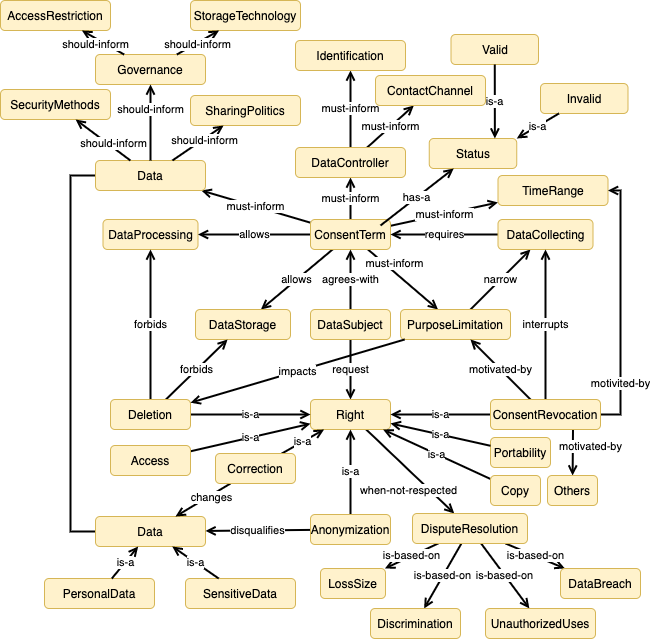
The draw.io diagram img/LGPD_Ontology_Relationships.png in phalves/GoDReP, before a commit. Source tidied: cells renumbered, new cells last; positions are measured from the earlier drawing's top-left corner, leaving out a move shared by most shapes.
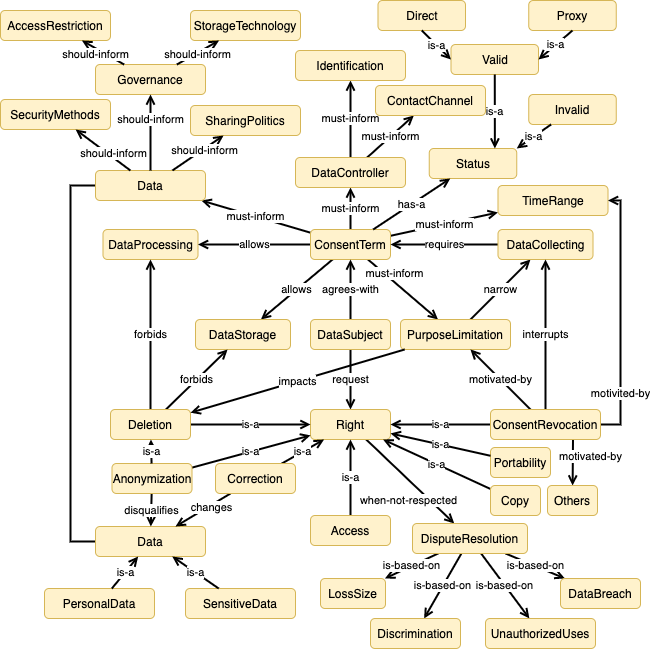
Above is the later version.

What changed in the source:
```diff
@@ -121,7 +121,7 @@
       <mxGeometry relative="1" as="geometry" />
     </mxCell>
     <mxCell id="38" value="Anonymization" style="rounded=1;whiteSpace=wrap;html=1;fillColor=#fff2cc;strokeColor=#d6b656;" parent="1" vertex="1">
-      <mxGeometry x="310" y="514" width="80" height="30" as="geometry" />
+      <mxGeometry x="111.5" y="453" width="80" height="30" as="geometry" />
     </mxCell>
     <mxCell id="39" value="is-a" style="edgeStyle=none;rounded=0;jettySize=auto;html=1;endArrow=open;endFill=0;strokeWidth=2;" parent="1" edge="1" source="41" target="26">
       <mxGeometry relative="1" as="geometry" />
@@ -178,7 +178,7 @@
       <mxGeometry relative="1" as="geometry" />
     </mxCell>
     <mxCell id="57" value="Access" style="rounded=1;whiteSpace=wrap;html=1;fillColor=#fff2cc;strokeColor=#d6b656;" parent="1" vertex="1">
-      <mxGeometry x="110" y="445" width="80" height="30" as="geometry" />
+      <mxGeometry x="310" y="505" width="80" height="30" as="geometry" />
     </mxCell>
     <mxCell id="58" value="is-a" style="edgeStyle=none;rounded=0;jettySize=auto;html=1;endArrow=open;endFill=0;strokeWidth=2;" parent="1" edge="1" source="59" target="26">
       <mxGeometry relative="1" as="geometry" />
@@ -243,14 +243,14 @@
     <mxCell id="78" value="Status" style="rounded=1;whiteSpace=wrap;html=1;fillColor=#fff2cc;strokeColor=#d6b656;" parent="1" vertex="1">
       <mxGeometry x="428.8" y="138" width="87.5" height="30" as="geometry" />
     </mxCell>
-    <mxCell id="79" value="has-a" style="edgeStyle=none;rounded=0;jettySize=auto;html=1;endArrow=open;endFill=0;strokeWidth=2;exitX=0.875;exitY=0.2;exitDx=0;exitDy=0;exitPerimeter=0;" parent="1" edge="1" source="9" target="78">
+    <mxCell id="79" value="has-a" style="edgeStyle=none;rounded=0;jettySize=auto;html=1;endArrow=open;endFill=0;strokeWidth=2;" parent="1" edge="1" source="9" target="78">
       <mxGeometry relative="1" as="geometry" />
     </mxCell>
     <mxCell id="80" value="Valid" style="rounded=1;whiteSpace=wrap;html=1;fillColor=#fff2cc;strokeColor=#d6b656;" parent="1" vertex="1">
       <mxGeometry x="450.5" y="34" width="87.5" height="30" as="geometry" />
     </mxCell>
     <mxCell id="81" value="Invalid" style="rounded=1;whiteSpace=wrap;html=1;fillColor=#fff2cc;strokeColor=#d6b656;" parent="1" vertex="1">
-      <mxGeometry x="540" y="83" width="87.5" height="30" as="geometry" />
+      <mxGeometry x="528.2" y="84" width="87.5" height="30" as="geometry" />
     </mxCell>
     <mxCell id="82" value="is-a" style="edgeStyle=none;rounded=0;jettySize=auto;html=1;endArrow=open;endFill=0;strokeWidth=2;entryX=0.75;entryY=0;entryDx=0;entryDy=0;" parent="1" edge="1" source="80" target="78">
       <mxGeometry relative="1" as="geometry" />
@@ -258,5 +258,20 @@
     <mxCell id="83" value="is-a" style="edgeStyle=none;rounded=0;jettySize=auto;html=1;endArrow=open;endFill=0;strokeWidth=2;entryX=1;entryY=0;entryDx=0;entryDy=0;" parent="1" edge="1" source="81" target="78">
       <mxGeometry relative="1" as="geometry" />
     </mxCell>
+    <mxCell id="84" value="Direct" style="rounded=1;whiteSpace=wrap;html=1;fillColor=#fff2cc;strokeColor=#d6b656;" parent="1" vertex="1">
+      <mxGeometry x="377.5" y="-10" width="87.5" height="30" as="geometry" />
+    </mxCell>
+    <mxCell id="85" value="Proxy" style="rounded=1;whiteSpace=wrap;html=1;fillColor=#fff2cc;strokeColor=#d6b656;" parent="1" vertex="1">
+      <mxGeometry x="528.2" y="-10" width="87.5" height="30" as="geometry" />
+    </mxCell>
+    <mxCell id="86" value="is-a" style="edgeStyle=none;rounded=0;jettySize=auto;html=1;endArrow=open;endFill=0;strokeWidth=2;exitX=0.5;exitY=1;exitDx=0;exitDy=0;entryX=0;entryY=0.5;entryDx=0;entryDy=0;" parent="1" edge="1" source="84" target="80">
+      <mxGeometry relative="1" as="geometry" />
+    </mxCell>
+    <mxCell id="87" value="is-a" style="edgeStyle=none;rounded=0;jettySize=auto;html=1;endArrow=open;endFill=0;strokeWidth=2;exitX=0.5;exitY=1;exitDx=0;exitDy=0;entryX=1;entryY=0.5;entryDx=0;entryDy=0;" parent="1" edge="1" source="85" target="80">
+      <mxGeometry relative="1" as="geometry" />
+    </mxCell>
+    <mxCell id="88" value="is-a" style="edgeStyle=none;rounded=0;jettySize=auto;html=1;endArrow=open;endFill=0;strokeWidth=2;" parent="1" edge="1" source="38" target="45">
+      <mxGeometry relative="1" as="geometry" />
+    </mxCell>
   </root>
 </mxGraphModel>
```
